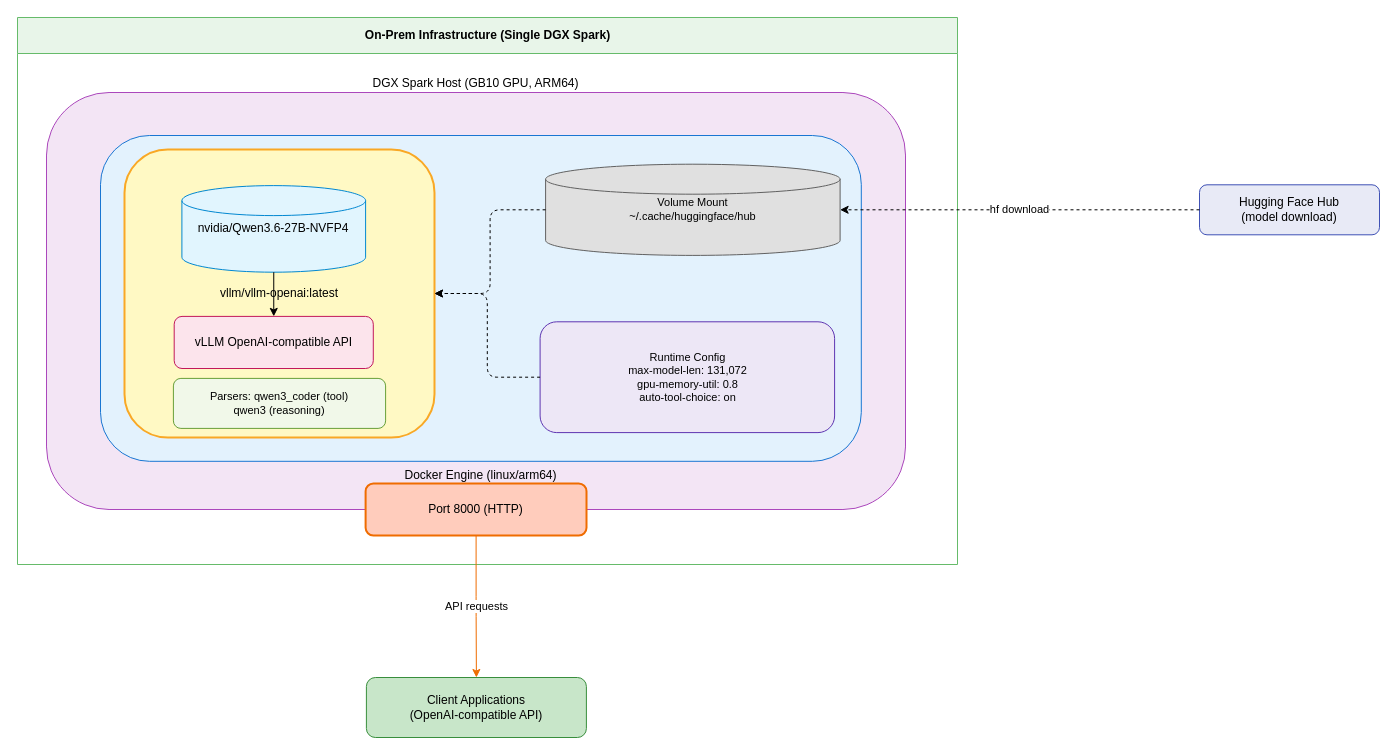
Before: assets/nvidia-dgx-spark.drawio in rajive/llm-server, a draw.io diagram. Source tidied: cells renumbered, new cells numbered last; positions are measured from the earlier drawing's top-left corner, leaving out a move shared by most shapes. Both pictures are drawn from the tidied source at 100%, with x=0, y=0 at pixel (17, 17).
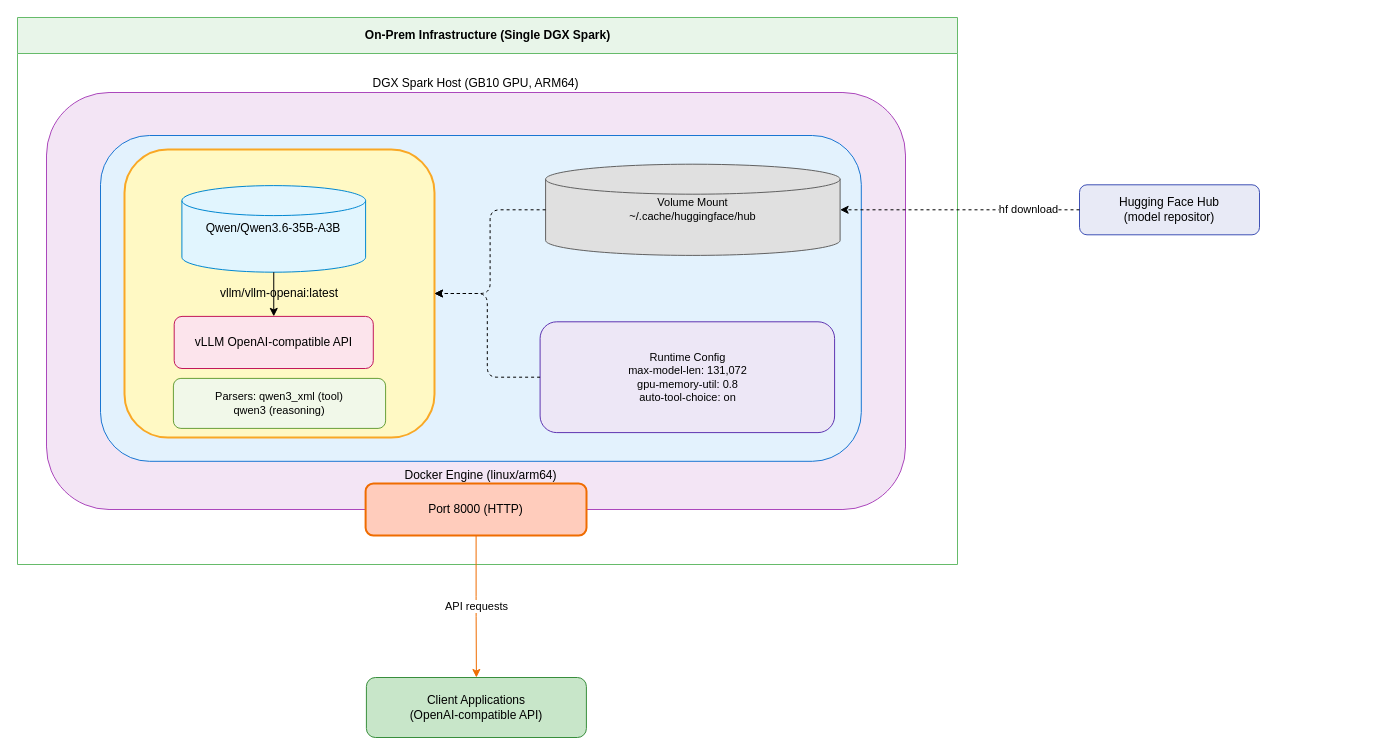
After the change.

Commit message (it also covers changes not shown here):
Switch to a bigger llm: Qwen/Qwen3.6-35B-A3B

Seeing generation at 26 to 27 tokens/sec

The change refers to these unchanged cells:
```xml
<mxCell id="5" value="vllm/vllm-openai:latest" style="rounded=1;whiteSpace=wrap;html=1;fillColor=#fff9c4;strokeColor=#f9a825;strokeWidth=2;" parent="4" vertex="1">
  <mxGeometry x="24" y="14" width="310" height="288" as="geometry" />
</mxCell>
<mxCell id="10" value="Volume Mount&#10;~/.cache/huggingface/hub" style="shape=cylinder3;whiteSpace=wrap;html=1;fillColor=#e0e0e0;strokeColor=#616161;fontSize=11;" parent="4" vertex="1">
  <mxGeometry x="445.1" y="28.7" width="294.5" height="91.2" as="geometry" />
</mxCell>
```

The edit, as a diff of the source:
```diff
@@
-    <mxCell id="6" value="nvidia/Qwen3.6-27B-NVFP4" style="shape=cylinder3;whiteSpace=wrap;html=1;fillColor=#e1f5fe;strokeColor=#0288d1;" parent="5" vertex="1">
+    <mxCell id="6" value="Qwen/Qwen3.6-35B-A3B" style="shape=cylinder3;whiteSpace=wrap;html=1;fillColor=#e1f5fe;strokeColor=#0288d1;" parent="5" vertex="1">
       <mxGeometry x="57.4" y="36.1" width="183.7" height="86.6" as="geometry" />
     </mxCell>
@@
-    <mxCell id="8" value="Parsers: qwen3_coder (tool)&#10;qwen3 (reasoning)" style="rounded=1;whiteSpace=wrap;html=1;fillColor=#f1f8e9;strokeColor=#689f38;fontSize=11;" parent="5" vertex="1">
+    <mxCell id="8" value="Parsers: qwen3_xml (tool)&lt;br&gt;qwen3 (reasoning)" style="rounded=1;whiteSpace=wrap;html=1;fillColor=#f1f8e9;strokeColor=#689f38;fontSize=11;" parent="5" vertex="1">
       <mxGeometry x="48.9" y="228.9" width="212.2" height="50" as="geometry" />
     </mxCell>
@@
-    <mxCell id="17" value="Hugging Face Hub&#10;(model download)" style="rounded=1;whiteSpace=wrap;html=1;fillColor=#e8eaf6;strokeColor=#3f51b5;" parent="1" vertex="1">
-      <mxGeometry x="1182" y="167.3" width="180" height="50" as="geometry" />
+    <mxCell id="17" value="Hugging Face Hub&lt;br&gt;(model repositor)" style="rounded=1;whiteSpace=wrap;html=1;fillColor=#e8eaf6;strokeColor=#3f51b5;" parent="1" vertex="1">
+      <mxGeometry x="1062" y="167.3" width="180" height="50" as="geometry" />
     </mxCell>
     <mxCell id="18" value="hf download" style="edgeStyle=orthogonalEdgeStyle;rounded=1;html=1;dashed=1;" parent="1" edge="1" source="17" target="10">
-      <mxGeometry relative="1" as="geometry" />
+      <mxGeometry x="-0.57" relative="1" as="geometry">
+        <Array as="points">
+          <mxPoint x="993" y="192.3" />
+          <mxPoint x="993" y="192.3" />
+        </Array>
+      </mxGeometry>
     </mxCell>
```
